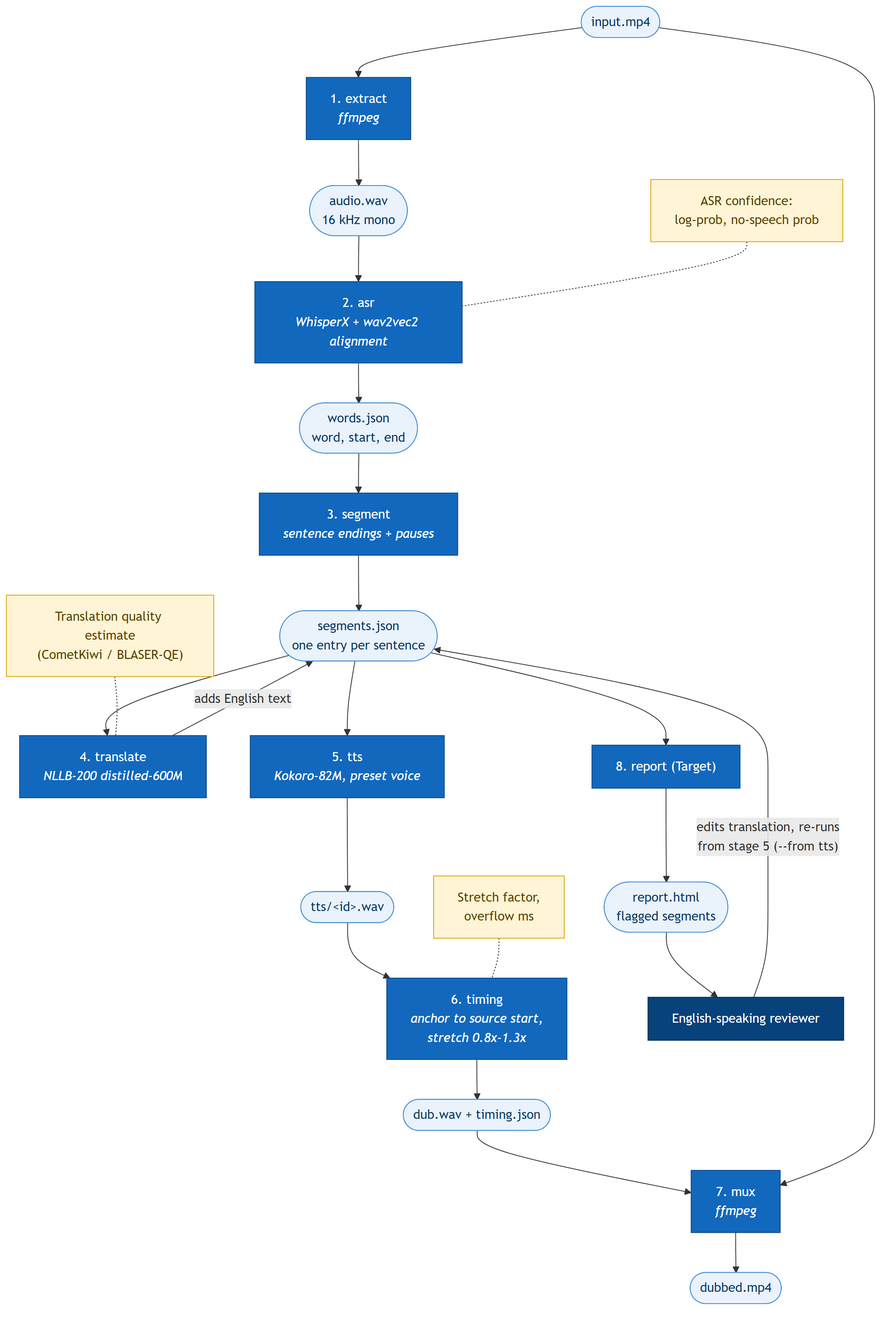
The Mermaid diagram docs/diagrams/pipeline-flow.png in 0C2L2/dubbe-ai, before a commit. Its source is kept beside it as docs/diagrams/pipeline-flow.mmd.
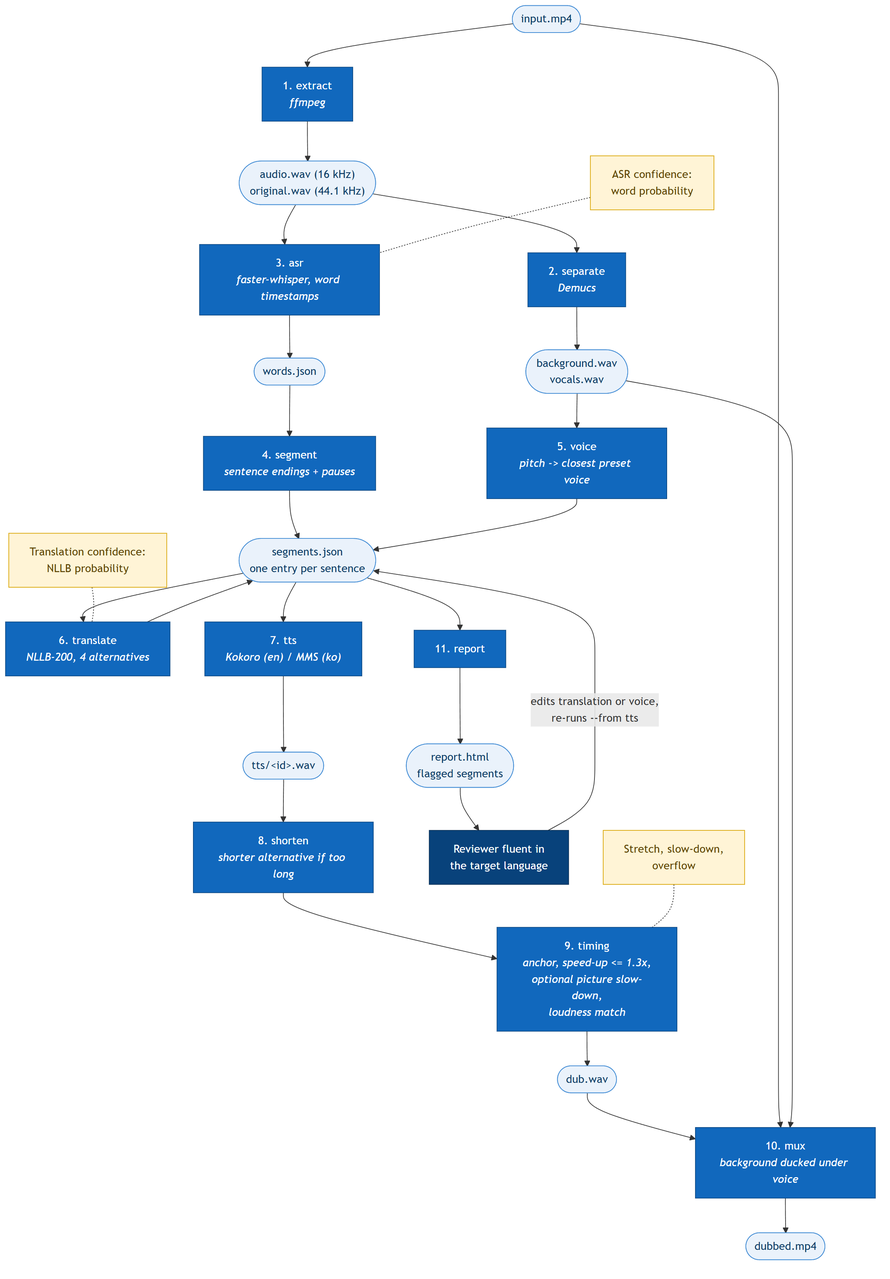
Above is the later version.

What changed in the source:
```diff
@@ -1,38 +1,45 @@
 flowchart TB
     in(["input.mp4"])
     s1["1. extract<br/><i>ffmpeg</i>"]
-    f1(["audio.wav<br/>16 kHz mono"])
-    s2["2. asr<br/><i>WhisperX + wav2vec2 alignment</i>"]
-    f2(["words.json<br/>word, start, end"])
-    s3["3. segment<br/><i>sentence endings + pauses</i>"]
-    f3(["segments.json<br/>one entry per sentence"])
-    s4["4. translate<br/><i>NLLB-200 distilled-600M</i>"]
-    s5["5. tts<br/><i>Kokoro-82M, preset voice</i>"]
-    f5(["tts/&lt;id&gt;.wav"])
-    s6["6. timing<br/><i>anchor to source start,<br/>stretch 0.8x-1.3x</i>"]
-    f6(["dub.wav + timing.json"])
-    s7["7. mux<br/><i>ffmpeg</i>"]
+    f1(["audio.wav (16 kHz)<br/>original.wav (44.1 kHz)"])
+    s2["2. separate<br/><i>Demucs</i>"]
+    f2(["background.wav<br/>vocals.wav"])
+    s3["3. asr<br/><i>faster-whisper, word timestamps</i>"]
+    f3(["words.json"])
+    s4["4. segment<br/><i>sentence endings + pauses</i>"]
+    f4(["segments.json<br/>one entry per sentence"])
+    s5["5. voice<br/><i>pitch -> closest preset voice</i>"]
+    s6["6. translate<br/><i>NLLB-200, 4 alternatives</i>"]
+    s7["7. tts<br/><i>Kokoro (en) / MMS (ko)</i>"]
+    f7(["tts/&lt;id&gt;.wav"])
+    s8["8. shorten<br/><i>shorter alternative if too long</i>"]
+    s9["9. timing<br/><i>anchor, speed-up &lt;= 1.3x,<br/>optional picture slow-down,<br/>loudness match</i>"]
+    f9(["dub.wav"])
+    s10["10. mux<br/><i>background ducked under voice</i>"]
     out(["dubbed.mp4"])
-    s8["8. report (Target)"]
+    s11["11. report"]
     rep(["report.html<br/>flagged segments"])
-    rev["English-speaking reviewer"]
+    rev["Reviewer fluent in<br/>the target language"]
 
-    in --> s1 --> f1 --> s2 --> f2 --> s3 --> f3 --> s4
-    s4 -- "adds English text" --> f3
-    f3 --> s5 --> f5 --> s6 --> f6 --> s7 --> out
-    in --> s7
-    f3 --> s8 --> rep --> rev
-    rev -- "edits translation, re-runs<br/>from stage 5 (--from tts)" --> f3
+    in --> s1 --> f1 --> s2 --> f2
+    f1 --> s3 --> f3 --> s4 --> f4
+    f2 --> s5 --> f4
+    f4 --> s6 --> f4
+    f4 --> s7 --> f7 --> s8 --> s9 --> f9 --> s10 --> out
+    in --> s10
+    f2 --> s10
+    f4 --> s11 --> rep --> rev
+    rev -- "edits translation or voice,<br/>re-runs --from tts" --> f4
 
-    q2["ASR confidence:<br/>log-prob, no-speech prob"] -.- s2
-    q4["Translation quality estimate<br/>(CometKiwi / BLASER-QE)"] -.- s4
-    q6["Stretch factor,<br/>overflow ms"] -.- s6
+    q3["ASR confidence:<br/>word probability"] -.- s3
+    q6["Translation confidence:<br/>NLLB probability"] -.- s6
+    q9["Stretch, slow-down,<br/>overflow"] -.- s9
 
     classDef stage fill:#1168bd,stroke:#0b4884,color:#fff
     classDef file fill:#eaf2fb,stroke:#438dd5,color:#0b3a66
     classDef signal fill:#fff4d6,stroke:#d9a400,color:#5c4400
     classDef person fill:#08427b,stroke:#052e56,color:#fff
-    class s1,s2,s3,s4,s5,s6,s7,s8 stage
-    class in,f1,f2,f3,f5,f6,out,rep file
-    class q2,q4,q6 signal
+    class s1,s2,s3,s4,s5,s6,s7,s8,s9,s10,s11 stage
+    class in,f1,f2,f3,f4,f7,f9,out,rep file
+    class q3,q6,q9 signal
     class rev person
```
